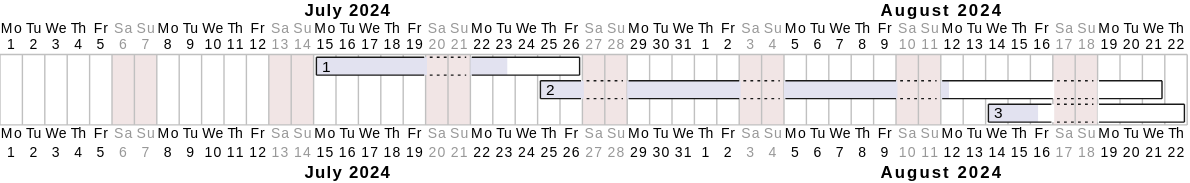
kavir1698/TaskTracker.jl keeps this PlantUML diagram as example/gantt.svg. Above is the earlier version.
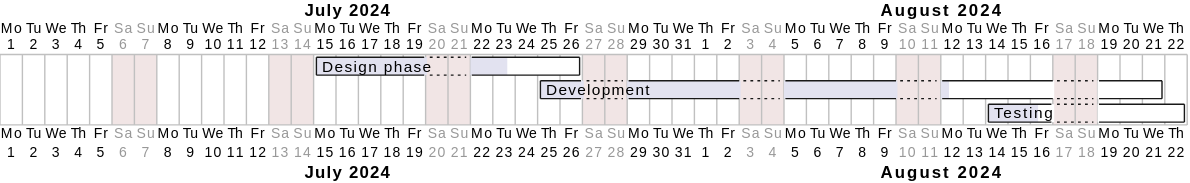
The same file after the commit.

Commit message:
Change naming of the tasks

Change to the diagram source:
```diff
@@ -4,10 +4,10 @@
 saturday are closed
 sunday are closed
 
-[1] as [Design phase] starts 2024-07-15 and lasts 10 days
-[1] is 67% complete
-[2] as [Development] starts 2024-07-25 and lasts 20 days
-[2] is 62% complete
-[3] as [Testing] starts 2024-08-14 and lasts 7 days
-[3] is 33% complete
+[Design phase] as [Design phase] starts 2024-07-15 and lasts 10 days
+[Design phase] is 67% complete
+[Development] as [Development] starts 2024-07-25 and lasts 20 days
+[Development] is 62% complete
+[Testing] as [Testing] starts 2024-08-14 and lasts 7 days
+[Testing] is 33% complete
 @endgantt
```
